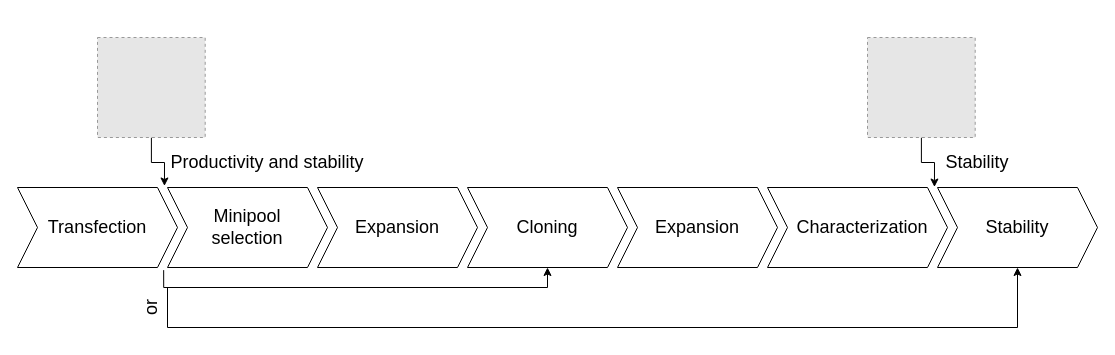
The draw.io diagram bilder/CLD.drawio in Eugeny/final-master-thesis, before the edit. Source tidied: cells renumbered, new cells numbered last; positions are measured from the earlier drawing's top-left corner, leaving out a move shared by most shapes. Both pictures are drawn from the tidied source at 100%, with x=0, y=0 at pixel (17, 37). Pictures stored in the file or linked from it are replaced by grey dashed boxes.
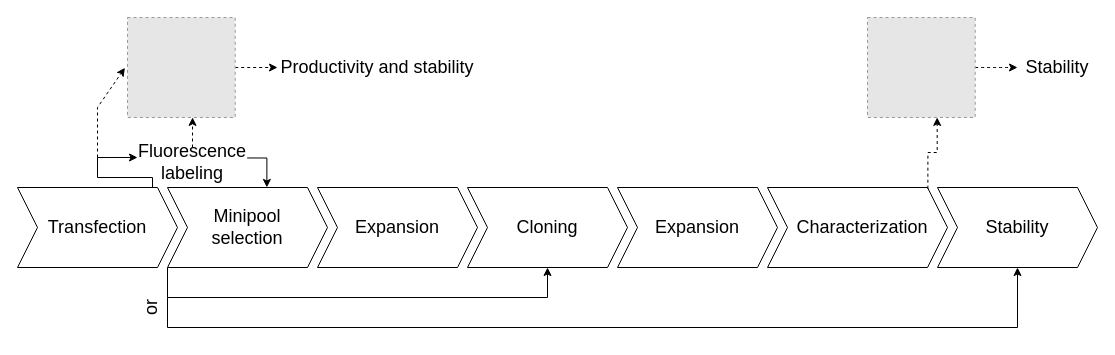
The same diagram, later.

The change refers to these unchanged cells:
```xml
<mxCell id="6" style="shape=step;perimeter=stepPerimeter;whiteSpace=wrap;html=1;fixedSize=1;" parent="1" vertex="1">
  <mxGeometry x="150" y="150" width="160" height="80" as="geometry" />
</mxCell>
<mxCell id="10" style="shape=step;perimeter=stepPerimeter;whiteSpace=wrap;html=1;fixedSize=1;" parent="1" vertex="1">
  <mxGeometry x="450" y="150" width="160" height="80" as="geometry" />
</mxCell>
<mxCell id="14" style="shape=step;perimeter=stepPerimeter;whiteSpace=wrap;html=1;fixedSize=1;" parent="1" vertex="1">
  <mxGeometry x="750" y="150" width="180" height="80" as="geometry" />
</mxCell>
<mxCell id="16" style="shape=step;perimeter=stepPerimeter;whiteSpace=wrap;html=1;fixedSize=1;" parent="1" vertex="1">
  <mxGeometry x="920" y="150" width="160" height="80" as="geometry" />
</mxCell>
```

Change to the diagram source:
```diff
@@
-    <mxCell id="2" style="edgeStyle=orthogonalEdgeStyle;rounded=0;jettySize=auto;html=1;entryX=0.5;entryY=1;entryDx=0;entryDy=0;fontSize=18;exitX=-0.024;exitY=1.033;exitDx=0;exitDy=0;exitPerimeter=0;" parent="1" edge="1" source="6" target="10">
+    <mxCell id="2" style="edgeStyle=orthogonalEdgeStyle;rounded=0;jettySize=auto;html=1;entryX=0.5;entryY=1;entryDx=0;entryDy=0;fontSize=18;exitX=0;exitY=1;exitDx=0;exitDy=0;exitPerimeter=0;" parent="1" edge="1" source="6" target="10">
       <mxGeometry relative="1" as="geometry">
         <Array as="points">
-          <mxPoint x="146" y="250" />
-          <mxPoint x="530" y="250" />
+          <mxPoint x="150" y="260" />
+          <mxPoint x="530" y="260" />
         </Array>
       </mxGeometry>
     </mxCell>
@@
     <mxCell id="4" style="edgeStyle=orthogonalEdgeStyle;rounded=0;jettySize=auto;html=1;fontSize=18;entryX=0.5;entryY=1;entryDx=0;entryDy=0;" parent="1" edge="1" target="16">
       <mxGeometry relative="1" as="geometry">
-        <mxPoint x="150" y="250" as="sourcePoint" />
+        <mxPoint x="150" y="260" as="sourcePoint" />
         <Array as="points">
           <mxPoint x="150" y="290" />
           <mxPoint x="1000" y="290" />
         </Array>
       </mxGeometry>
     </mxCell>
@@
-    <mxCell id="18" style="edgeStyle=orthogonalEdgeStyle;rounded=0;jettySize=auto;html=1;entryX=-0.019;entryY=-0.006;entryDx=0;entryDy=0;entryPerimeter=0;fontSize=18;" parent="1" edge="1" source="19" target="16">
+    <mxCell id="18" style="edgeStyle=orthogonalEdgeStyle;rounded=0;jettySize=auto;html=1;fontSize=18;entryX=0.647;entryY=0.999;entryDx=0;entryDy=0;entryPerimeter=0;exitX=0.891;exitY=0.015;exitDx=0;exitDy=0;exitPerimeter=0;dashed=1;" parent="1" edge="1" source="14" target="19">
       <mxGeometry relative="1" as="geometry" />
     </mxCell>
+    <mxCell id="25" style="edgeStyle=orthogonalEdgeStyle;curved=1;jettySize=auto;html=1;exitX=1;exitY=0.5;exitDx=0;exitDy=0;entryX=0;entryY=0.5;entryDx=0;entryDy=0;dashed=1;" parent="1" edge="1" source="19" target="23">
+      <mxGeometry relative="1" as="geometry" />
+    </mxCell>
     <mxCell id="19" style="fillColor=#E6E6E6;strokeColor=#999999;dashed=1;verticalLabelPosition=bottom;labelBackgroundColor=default;verticalAlign=top;" parent="1" vertex="1">
-      <mxGeometry x="850" width="107.7" height="100" as="geometry" />
+      <mxGeometry x="850" y="-20" width="107.7" height="100" as="geometry" />
     </mxCell>
-    <mxCell id="20" style="edgeStyle=orthogonalEdgeStyle;rounded=0;jettySize=auto;html=1;entryX=-0.019;entryY=-0.019;entryDx=0;entryDy=0;entryPerimeter=0;fontSize=18;" parent="1" edge="1" source="21" target="6">
-      <mxGeometry relative="1" as="geometry" />
+    <mxCell id="20" style="edgeStyle=orthogonalEdgeStyle;rounded=0;jettySize=auto;html=1;fontSize=18;entryX=0;entryY=0.333;entryDx=0;entryDy=0;entryPerimeter=0;" parent="1" edge="1" target="29">
+      <mxGeometry relative="1" as="geometry">
+        <mxPoint x="135" y="150" as="sourcePoint" />
+        <Array as="points">
+          <mxPoint x="135" y="140" />
+          <mxPoint x="80" y="140" />
+          <mxPoint x="80" y="120" />
+        </Array>
+      </mxGeometry>
     </mxCell>
+    <mxCell id="26" style="edgeStyle=orthogonalEdgeStyle;rounded=0;jettySize=auto;html=1;entryX=0;entryY=0.5;entryDx=0;entryDy=0;dashed=1;" parent="1" edge="1" source="21" target="22">
+      <mxGeometry relative="1" as="geometry" />
+    </mxCell>
     <mxCell id="21" style="fillColor=#E6E6E6;strokeColor=#999999;dashed=1;verticalLabelPosition=bottom;labelBackgroundColor=default;verticalAlign=top;" parent="1" vertex="1">
-      <mxGeometry x="80" width="107.7" height="100" as="geometry" />
+      <mxGeometry x="110" y="-20" width="107.7" height="100" as="geometry" />
     </mxCell>
     <mxCell id="22" value="&lt;font style=&quot;font-size: 18px;&quot;&gt;Productivity and stability&lt;br&gt;&lt;/font&gt;" style="text;html=1;strokeColor=none;fillColor=none;align=center;verticalAlign=middle;whiteSpace=wrap;rounded=0;" parent="1" vertex="1">
-      <mxGeometry x="150" y="110" width="200" height="30" as="geometry" />
+      <mxGeometry x="260" y="15" width="200" height="30" as="geometry" />
     </mxCell>
     <mxCell id="23" value="&lt;font style=&quot;font-size: 18px;&quot;&gt;Stability&lt;br&gt;&lt;/font&gt;" style="text;html=1;strokeColor=none;fillColor=none;align=center;verticalAlign=middle;whiteSpace=wrap;rounded=0;" parent="1" vertex="1">
-      <mxGeometry x="920" y="110" width="80" height="30" as="geometry" />
+      <mxGeometry x="1000" y="15" width="80" height="30" as="geometry" />
     </mxCell>
@@
+    <mxCell id="27" style="edgeStyle=orthogonalEdgeStyle;rounded=0;jettySize=auto;html=1;entryX=0.621;entryY=-0.001;entryDx=0;entryDy=0;entryPerimeter=0;exitX=0.997;exitY=0.349;exitDx=0;exitDy=0;exitPerimeter=0;" parent="1" edge="1" source="29" target="6">
+      <mxGeometry relative="1" as="geometry">
+        <Array as="points">
+          <mxPoint x="249" y="121" />
+        </Array>
+      </mxGeometry>
+    </mxCell>
+    <mxCell id="28" style="edgeStyle=orthogonalEdgeStyle;rounded=0;jettySize=auto;html=1;exitX=0.5;exitY=0;exitDx=0;exitDy=0;entryX=0.604;entryY=0.999;entryDx=0;entryDy=0;entryPerimeter=0;dashed=1;" parent="1" edge="1" source="29" target="21">
+      <mxGeometry relative="1" as="geometry" />
+    </mxCell>
+    <mxCell id="29" value="&lt;font style=&quot;font-size: 18px;&quot;&gt;Fluorescence labeling&lt;br&gt;&lt;/font&gt;" style="text;html=1;strokeColor=none;fillColor=none;align=center;verticalAlign=middle;whiteSpace=wrap;rounded=0;" parent="1" vertex="1">
+      <mxGeometry x="120" y="110" width="110" height="30" as="geometry" />
+    </mxCell>
+    <mxCell id="30" style="endArrow=classic;html=1;rounded=0;entryX=-0.024;entryY=0.503;entryDx=0;entryDy=0;entryPerimeter=0;dashed=1;" parent="1" edge="1" target="21">
+      <mxGeometry relative="1" as="geometry">
+        <mxPoint x="80" y="120" as="sourcePoint" />
+        <Array as="points">
+          <mxPoint x="80" y="70" />
+        </Array>
+      </mxGeometry>
+    </mxCell>
```
